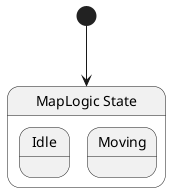
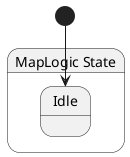
@startuml MapLogic
state "MapLogic State" as Labyrinth_MapLogic_State {
  state "Idle" as Labyrinth_MapLogic_State_Idle
-   state "Moving" as Labyrinth_MapLogic_State_Moving
}
- [*] --> Labyrinth_MapLogic_State
+ [*] --> Labyrinth_MapLogic_State_Idle
@enduml